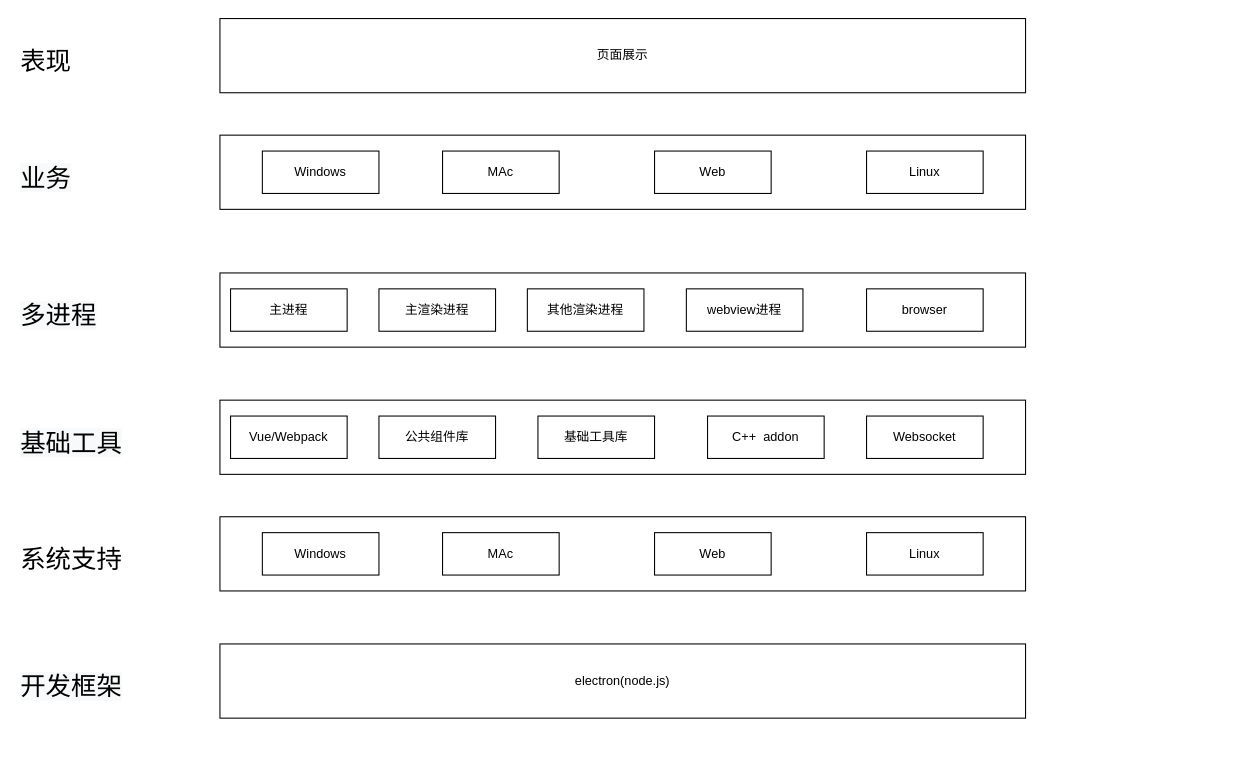
Earlier version of the draw.io diagram all.drawio (oppo-80343438/flowChart). Source tidied: cells renumbered, new cells numbered last; positions are measured from the earlier drawing's top-left corner, leaving out a move shared by most shapes. Both pictures are drawn from the tidied source at 106%, with x=0, y=0 at pixel (18, 18).
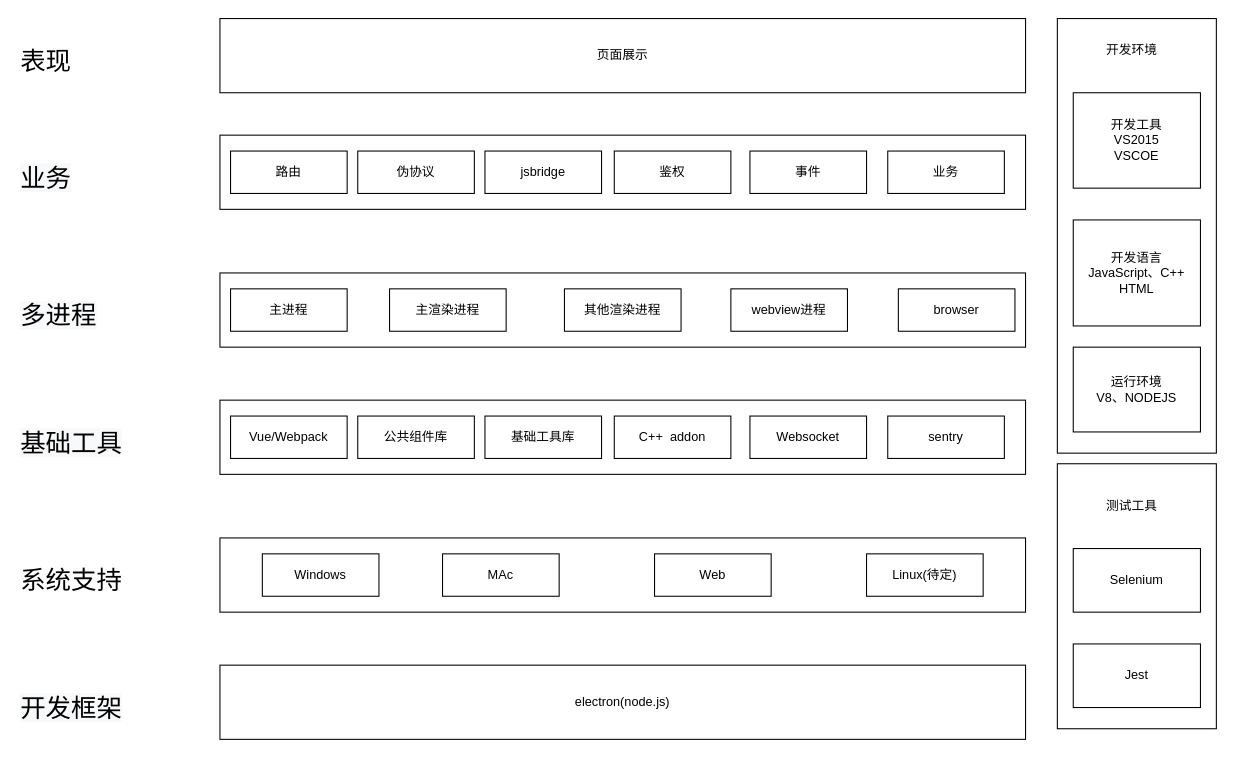
Above is the later version.

The edit, as a diff of the source:
```diff
@@
     <mxCell id="2" style="rounded=0;whiteSpace=wrap;html=1;" parent="1" vertex="1">
-      <mxGeometry x="190" y="470" width="760" height="70" as="geometry" />
+      <mxGeometry x="190" y="490" width="760" height="70" as="geometry" />
     </mxCell>
     <mxCell id="3" value="Windows" style="rounded=0;whiteSpace=wrap;html=1;" parent="1" vertex="1">
-      <mxGeometry x="230" y="485" width="110" height="40" as="geometry" />
+      <mxGeometry x="230" y="505" width="110" height="40" as="geometry" />
     </mxCell>
     <mxCell id="4" value="MAc" style="rounded=0;whiteSpace=wrap;html=1;" parent="1" vertex="1">
-      <mxGeometry x="400" y="485" width="110" height="40" as="geometry" />
+      <mxGeometry x="400" y="505" width="110" height="40" as="geometry" />
     </mxCell>
     <mxCell id="5" value="Web" style="rounded=0;whiteSpace=wrap;html=1;" parent="1" vertex="1">
-      <mxGeometry x="600" y="485" width="110" height="40" as="geometry" />
+      <mxGeometry x="600" y="505" width="110" height="40" as="geometry" />
     </mxCell>
-    <mxCell id="6" value="Linux" style="rounded=0;whiteSpace=wrap;html=1;" parent="1" vertex="1">
-      <mxGeometry x="800" y="485" width="110" height="40" as="geometry" />
+    <mxCell id="6" value="Linux(待定)" style="rounded=0;whiteSpace=wrap;html=1;" parent="1" vertex="1">
+      <mxGeometry x="800" y="505" width="110" height="40" as="geometry" />
     </mxCell>
     <mxCell id="7" value="electron(node.js)" style="rounded=0;whiteSpace=wrap;html=1;" parent="1" vertex="1">
-      <mxGeometry x="190" y="590" width="760" height="70" as="geometry" />
+      <mxGeometry x="190" y="610" width="760" height="70" as="geometry" />
     </mxCell>
@@
     <mxCell id="10" value="公共组件库" style="rounded=0;whiteSpace=wrap;html=1;" parent="1" vertex="1">
-      <mxGeometry x="340" y="375" width="110" height="40" as="geometry" />
+      <mxGeometry x="320" y="375" width="110" height="40" as="geometry" />
     </mxCell>
     <mxCell id="11" value="Websocket" style="rounded=0;whiteSpace=wrap;html=1;" parent="1" vertex="1">
-      <mxGeometry x="800" y="375" width="110" height="40" as="geometry" />
+      <mxGeometry x="690" y="375" width="110" height="40" as="geometry" />
     </mxCell>
@@
     <mxCell id="14" value="主渲染进程" style="rounded=0;whiteSpace=wrap;html=1;" parent="1" vertex="1">
-      <mxGeometry x="340" y="255" width="110" height="40" as="geometry" />
+      <mxGeometry x="350" y="255" width="110" height="40" as="geometry" />
     </mxCell>
     <mxCell id="15" value="其他渲染进程" style="rounded=0;whiteSpace=wrap;html=1;" parent="1" vertex="1">
-      <mxGeometry x="480" y="255" width="110" height="40" as="geometry" />
+      <mxGeometry x="515" y="255" width="110" height="40" as="geometry" />
     </mxCell>
     <mxCell id="16" value="browser" style="rounded=0;whiteSpace=wrap;html=1;" parent="1" vertex="1">
-      <mxGeometry x="800" y="255" width="110" height="40" as="geometry" />
+      <mxGeometry x="830" y="255" width="110" height="40" as="geometry" />
     </mxCell>
@@
-    <mxCell id="18" value="Windows" style="rounded=0;whiteSpace=wrap;html=1;" parent="1" vertex="1">
-      <mxGeometry x="230" y="125" width="110" height="40" as="geometry" />
+    <mxCell id="18" value="路由" style="rounded=0;whiteSpace=wrap;html=1;" parent="1" vertex="1">
+      <mxGeometry x="200" y="125" width="110" height="40" as="geometry" />
     </mxCell>
-    <mxCell id="19" value="MAc" style="rounded=0;whiteSpace=wrap;html=1;" parent="1" vertex="1">
-      <mxGeometry x="400" y="125" width="110" height="40" as="geometry" />
+    <mxCell id="19" value="伪协议" style="rounded=0;whiteSpace=wrap;html=1;" parent="1" vertex="1">
+      <mxGeometry x="320" y="125" width="110" height="40" as="geometry" />
     </mxCell>
-    <mxCell id="20" value="Web" style="rounded=0;whiteSpace=wrap;html=1;" parent="1" vertex="1">
-      <mxGeometry x="600" y="125" width="110" height="40" as="geometry" />
+    <mxCell id="20" value="jsbridge" style="rounded=0;whiteSpace=wrap;html=1;" parent="1" vertex="1">
+      <mxGeometry x="440" y="125" width="110" height="40" as="geometry" />
     </mxCell>
-    <mxCell id="21" value="Linux" style="rounded=0;whiteSpace=wrap;html=1;" parent="1" vertex="1">
-      <mxGeometry x="800" y="125" width="110" height="40" as="geometry" />
+    <mxCell id="21" value="鉴权" style="rounded=0;whiteSpace=wrap;html=1;" parent="1" vertex="1">
+      <mxGeometry x="562" y="125" width="110" height="40" as="geometry" />
     </mxCell>
@@
     <mxCell id="27" value="基础工具库" style="rounded=0;whiteSpace=wrap;html=1;" parent="1" vertex="1">
-      <mxGeometry x="490" y="375" width="110" height="40" as="geometry" />
+      <mxGeometry x="440" y="375" width="110" height="40" as="geometry" />
     </mxCell>
     <mxCell id="28" value="C++&amp;nbsp; addon" style="rounded=0;whiteSpace=wrap;html=1;" parent="1" vertex="1">
-      <mxGeometry x="650" y="375" width="110" height="40" as="geometry" />
+      <mxGeometry x="562" y="375" width="110" height="40" as="geometry" />
     </mxCell>
     <mxCell id="29" value="webview进程" style="rounded=0;whiteSpace=wrap;html=1;" parent="1" vertex="1">
-      <mxGeometry x="630" y="255" width="110" height="40" as="geometry" />
+      <mxGeometry x="672" y="255" width="110" height="40" as="geometry" />
     </mxCell>
     <mxCell id="30" value="&lt;div style=&quot;text-align: center&quot;&gt;&lt;font face=&quot;helvetica&quot;&gt;&lt;span style=&quot;font-size: 24px&quot;&gt;系统支持&lt;/span&gt;&lt;/font&gt;&lt;/div&gt;" style="text;whiteSpace=wrap;html=1;" parent="1" vertex="1">
-      <mxGeometry y="490" width="120" height="30" as="geometry" />
+      <mxGeometry y="510" width="120" height="30" as="geometry" />
     </mxCell>
     <mxCell id="31" value="&lt;span style=&quot;color: rgb(0 , 0 , 0) ; font-family: &amp;#34;helvetica&amp;#34; ; font-size: 24px ; font-style: normal ; font-weight: 400 ; letter-spacing: normal ; text-align: center ; text-indent: 0px ; text-transform: none ; word-spacing: 0px ; background-color: rgb(248 , 249 , 250) ; display: inline ; float: none&quot;&gt;开发框架&lt;/span&gt;" style="text;whiteSpace=wrap;html=1;" parent="1" vertex="1">
-      <mxGeometry y="610" width="120" height="30" as="geometry" />
+      <mxGeometry y="630" width="120" height="30" as="geometry" />
     </mxCell>
+    <mxCell id="32" value="sentry" style="rounded=0;whiteSpace=wrap;html=1;" parent="1" vertex="1">
+      <mxGeometry x="820" y="375" width="110" height="40" as="geometry" />
+    </mxCell>
+    <mxCell id="33" value="事件" style="rounded=0;whiteSpace=wrap;html=1;" parent="1" vertex="1">
+      <mxGeometry x="690" y="125" width="110" height="40" as="geometry" />
+    </mxCell>
+    <mxCell id="34" value="业务" style="rounded=0;whiteSpace=wrap;html=1;" parent="1" vertex="1">
+      <mxGeometry x="820" y="125" width="110" height="40" as="geometry" />
+    </mxCell>
+    <mxCell id="35" style="rounded=0;whiteSpace=wrap;html=1;" parent="1" vertex="1">
+      <mxGeometry x="980" y="420" width="150" height="250" as="geometry" />
+    </mxCell>
+    <mxCell id="36" value="Jest" style="rounded=0;whiteSpace=wrap;html=1;" parent="1" vertex="1">
+      <mxGeometry x="995" y="590" width="120" height="60" as="geometry" />
+    </mxCell>
+    <mxCell id="37" value="Selenium" style="rounded=0;whiteSpace=wrap;html=1;" parent="1" vertex="1">
+      <mxGeometry x="995" y="500" width="120" height="60" as="geometry" />
+    </mxCell>
+    <mxCell id="38" style="rounded=0;whiteSpace=wrap;html=1;" parent="1" vertex="1">
+      <mxGeometry x="980" width="150" height="410" as="geometry" />
+    </mxCell>
+    <mxCell id="39" value="开发工具&lt;br&gt;VS2015&lt;br&gt;VSCOE" style="rounded=0;whiteSpace=wrap;html=1;" parent="1" vertex="1">
+      <mxGeometry x="995" y="70" width="120" height="90" as="geometry" />
+    </mxCell>
+    <mxCell id="40" value="开发语言&lt;br&gt;JavaScript、C++&lt;br&gt;HTML" style="rounded=0;whiteSpace=wrap;html=1;" parent="1" vertex="1">
+      <mxGeometry x="995" y="190" width="120" height="100" as="geometry" />
+    </mxCell>
+    <mxCell id="41" value="运行环境&lt;br&gt;V8、NODEJS" style="rounded=0;whiteSpace=wrap;html=1;" parent="1" vertex="1">
+      <mxGeometry x="995" y="310" width="120" height="80" as="geometry" />
+    </mxCell>
+    <mxCell id="42" value="测试工具" style="text;html=1;align=center;verticalAlign=middle;strokeColor=none;" parent="1" vertex="1">
+      <mxGeometry x="1020" y="450" width="60" height="20" as="geometry" />
+    </mxCell>
+    <mxCell id="43" value="开发环境" style="text;html=1;align=center;verticalAlign=middle;strokeColor=none;" parent="1" vertex="1">
+      <mxGeometry x="1020" y="20" width="60" height="20" as="geometry" />
+    </mxCell>
```
